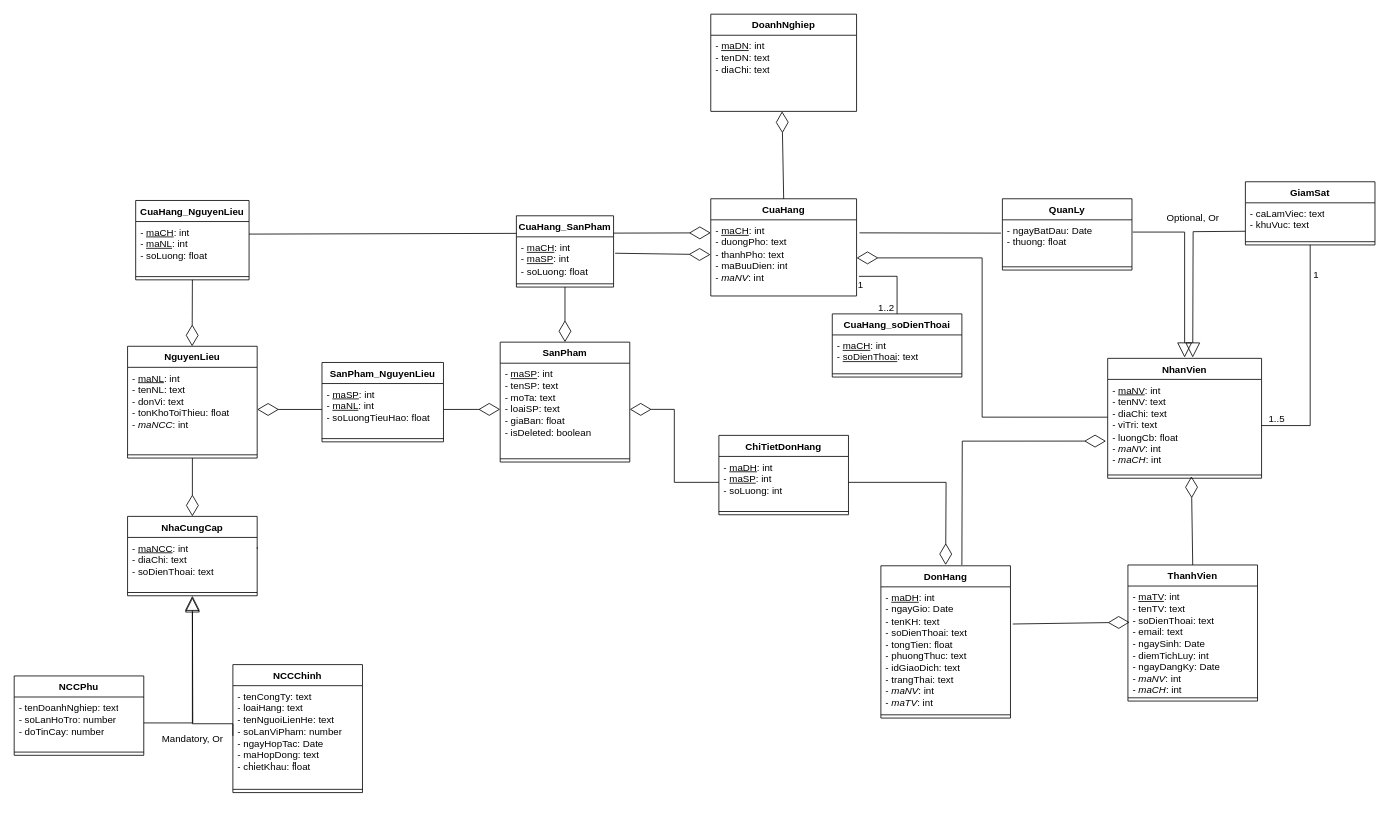
holedev/ths-csdl keeps this draw.io diagram as coffeeShop.drawio. Above is the earlier version. Source tidied: cells renumbered, new cells numbered last; positions are measured from the earlier drawing's top-left corner, leaving out a move shared by most shapes. Both pictures are drawn from the tidied source at 81%, with x=0, y=0 at pixel (14, 14).
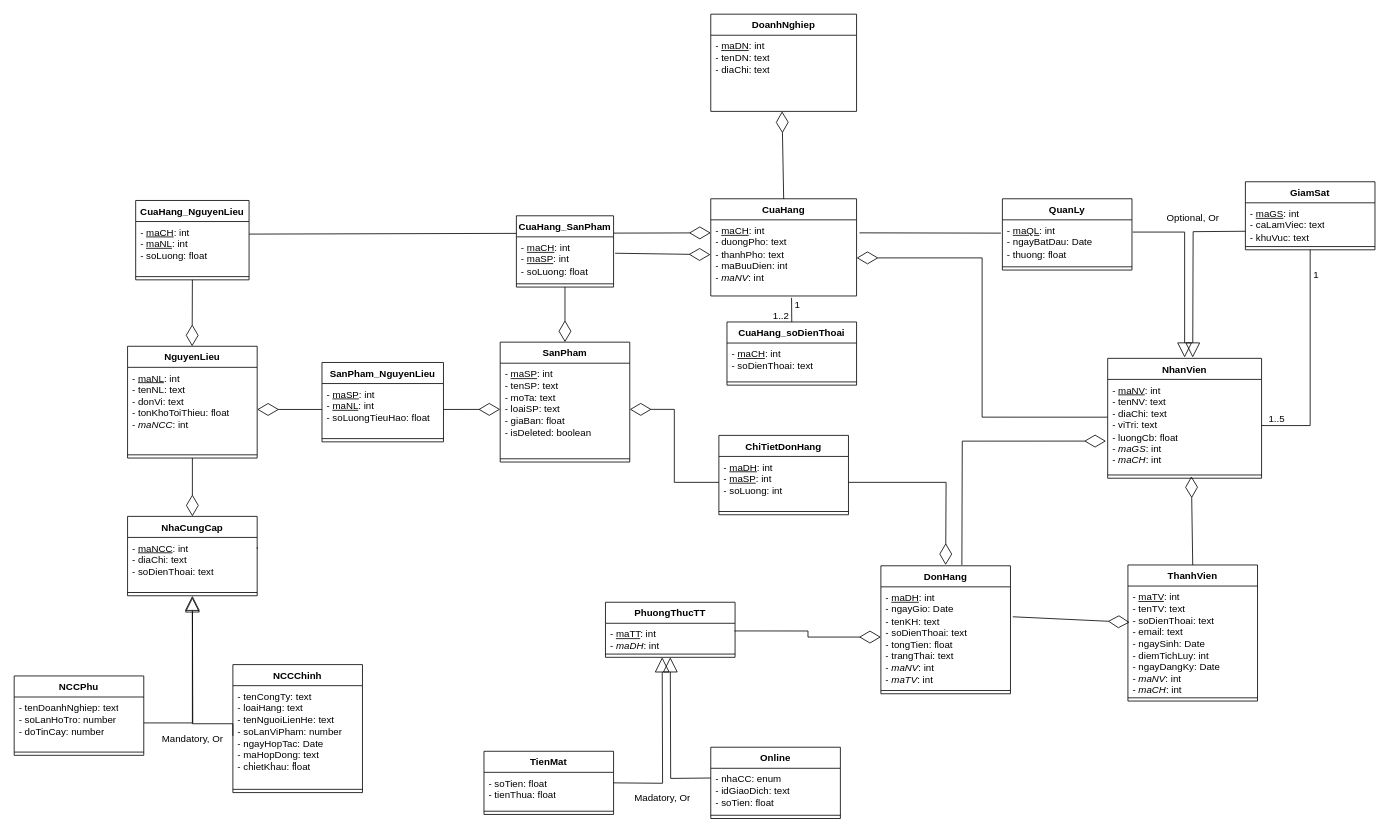
The same page after the edit.

The change refers to these unchanged cells:
```xml
<mxCell id="3" value="- &lt;u&gt;maCH&lt;/u&gt;: int&amp;nbsp;&lt;div&gt;- duongPho: text&lt;/div&gt;&lt;div&gt;- thanhPho: text&lt;/div&gt;&lt;div&gt;- maBuuDien: int&lt;/div&gt;&lt;div&gt;- &lt;i&gt;maNV&lt;/i&gt;: int&lt;/div&gt;" style="text;strokeColor=none;fillColor=none;align=left;verticalAlign=top;spacingLeft=4;spacingRight=4;overflow=hidden;points=[[0,0.5],[1,0.5]];portConstraint=eastwest;whiteSpace=wrap;html=1;" parent="2" vertex="1">
  <mxGeometry y="26" width="180" height="94" as="geometry" />
</mxCell>
<mxCell id="4" value="NhanVien" style="swimlane;fontStyle=1;align=center;verticalAlign=top;horizontal=1;startSize=26;whiteSpace=wrap;html=1;" parent="1" vertex="1">
  <mxGeometry x="1350" y="424.9" width="190" height="148" as="geometry" />
</mxCell>
<mxCell id="10" value="QuanLy" style="swimlane;fontStyle=1;align=center;verticalAlign=top;horizontal=1;startSize=26;whiteSpace=wrap;html=1;" parent="1" vertex="1">
  <mxGeometry x="1220" y="227.9" width="160" height="88" as="geometry" />
</mxCell>
```

What changed in the source:
```diff
@@
-    <mxCell id="5" value="- &lt;u&gt;maNV&lt;/u&gt;: int&lt;div&gt;- tenNV: text&lt;/div&gt;&lt;div&gt;- diaChi: text&lt;/div&gt;&lt;div&gt;- viTri: text&lt;/div&gt;&lt;div&gt;- luongCb: float&lt;/div&gt;&lt;div&gt;- &lt;i&gt;maNV&lt;/i&gt;: int&lt;/div&gt;&lt;div&gt;- &lt;i&gt;maCH&lt;/i&gt;: int&lt;/div&gt;" style="text;strokeColor=none;fillColor=none;align=left;verticalAlign=top;spacingLeft=4;spacingRight=4;overflow=hidden;points=[[0,0.5],[1,0.5]];portConstraint=eastwest;whiteSpace=wrap;html=1;" parent="4" vertex="1">
+    <mxCell id="5" value="- &lt;u&gt;maNV&lt;/u&gt;: int&lt;div&gt;- tenNV: text&lt;/div&gt;&lt;div&gt;- diaChi: text&lt;/div&gt;&lt;div&gt;- viTri: text&lt;/div&gt;&lt;div&gt;- luongCb: float&lt;/div&gt;&lt;div&gt;- &lt;i&gt;maGS&lt;/i&gt;: int&lt;/div&gt;&lt;div&gt;- &lt;i&gt;maCH&lt;/i&gt;: int&lt;/div&gt;" style="text;strokeColor=none;fillColor=none;align=left;verticalAlign=top;spacingLeft=4;spacingRight=4;overflow=hidden;points=[[0,0.5],[1,0.5]];portConstraint=eastwest;whiteSpace=wrap;html=1;" parent="4" vertex="1">
       <mxGeometry y="26" width="190" height="114" as="geometry" />
     </mxCell>
@@
     <mxCell id="7" value="GiamSat" style="swimlane;fontStyle=1;align=center;verticalAlign=top;horizontal=1;startSize=26;whiteSpace=wrap;html=1;" parent="1" vertex="1">
-      <mxGeometry x="1520" y="206.9" width="160" height="78" as="geometry" />
+      <mxGeometry x="1520" y="206.9" width="160" height="84" as="geometry" />
     </mxCell>
-    <mxCell id="8" value="- caLamViec: text&lt;div&gt;- khuVuc: text&lt;/div&gt;&lt;div&gt;&lt;br&gt;&lt;/div&gt;" style="text;strokeColor=none;fillColor=none;align=left;verticalAlign=top;spacingLeft=4;spacingRight=4;overflow=hidden;whiteSpace=wrap;html=1;" parent="7" vertex="1">
-      <mxGeometry y="26" width="160" height="44" as="geometry" />
+    <mxCell id="8" value="&lt;div&gt;- &lt;u&gt;maGS&lt;/u&gt;: int&lt;/div&gt;- caLamViec: text&lt;div&gt;- khuVuc: text&lt;/div&gt;&lt;div&gt;&lt;br&gt;&lt;/div&gt;" style="text;strokeColor=none;fillColor=none;align=left;verticalAlign=top;spacingLeft=4;spacingRight=4;overflow=hidden;whiteSpace=wrap;html=1;" parent="7" vertex="1">
+      <mxGeometry y="26" width="160" height="50" as="geometry" />
     </mxCell>
     <mxCell id="9" style="line;strokeWidth=1;fillColor=none;align=left;verticalAlign=middle;spacingTop=-1;spacingLeft=3;spacingRight=3;labelPosition=right;strokeColor=inherit;" parent="7" vertex="1">
-      <mxGeometry y="70" width="160" height="8" as="geometry" />
+      <mxGeometry y="76" width="160" height="8" as="geometry" />
     </mxCell>
@@
-    <mxCell id="11" value="- ngayBatDau: Date&lt;div&gt;- thuong: float&lt;/div&gt;" style="text;strokeColor=none;fillColor=none;align=left;verticalAlign=top;spacingLeft=4;spacingRight=4;overflow=hidden;points=[[0,0.5],[1,0.5]];portConstraint=eastwest;whiteSpace=wrap;html=1;" parent="10" vertex="1">
+    <mxCell id="11" value="&lt;div&gt;- &lt;u&gt;maQL&lt;/u&gt;: int&lt;/div&gt;- ngayBatDau: Date&lt;div&gt;- thuong: float&lt;/div&gt;" style="text;strokeColor=none;fillColor=none;align=left;verticalAlign=top;spacingLeft=4;spacingRight=4;overflow=hidden;points=[[0,0.5],[1,0.5]];portConstraint=eastwest;whiteSpace=wrap;html=1;" parent="10" vertex="1">
       <mxGeometry y="26" width="160" height="54" as="geometry" />
     </mxCell>
@@
     <mxCell id="31" value="DonHang" style="swimlane;fontStyle=1;align=center;verticalAlign=top;horizontal=1;startSize=26;whiteSpace=wrap;html=1;" parent="1" vertex="1">
-      <mxGeometry x="1070" y="681" width="160" height="188" as="geometry" />
+      <mxGeometry x="1070" y="681" width="160" height="158" as="geometry" />
     </mxCell>
-    <mxCell id="32" value="- &lt;u&gt;maDH&lt;/u&gt;: int&lt;div&gt;- ngayGio: Date&lt;/div&gt;&lt;div&gt;- tenKH: text&lt;/div&gt;&lt;div&gt;- soDienThoai: text&lt;/div&gt;&lt;div&gt;- tongTien: float&lt;/div&gt;&lt;div&gt;- phuongThuc: text&lt;/div&gt;&lt;div&gt;- idGiaoDich&lt;span style=&quot;background-color: transparent; color: light-dark(rgb(0, 0, 0), rgb(255, 255, 255));&quot;&gt;: text&lt;/span&gt;&lt;/div&gt;&lt;div&gt;- trangThai: text&lt;/div&gt;&lt;div&gt;- &lt;i&gt;maNV&lt;/i&gt;: int&lt;/div&gt;&lt;div&gt;-&amp;nbsp;&lt;i style=&quot;background-color: transparent; color: light-dark(rgb(0, 0, 0), rgb(255, 255, 255));&quot;&gt;maTV&lt;/i&gt;&lt;span style=&quot;background-color: transparent; color: light-dark(rgb(0, 0, 0), rgb(255, 255, 255));&quot;&gt;: int&lt;/span&gt;&lt;/div&gt;" style="text;strokeColor=none;fillColor=none;align=left;verticalAlign=top;spacingLeft=4;spacingRight=4;overflow=hidden;points=[[0,0.5],[1,0.5]];portConstraint=eastwest;whiteSpace=wrap;html=1;" parent="31" vertex="1">
-      <mxGeometry y="26" width="160" height="154" as="geometry" />
+    <mxCell id="32" value="- &lt;u&gt;maDH&lt;/u&gt;: int&lt;div&gt;- ngayGio: Date&lt;/div&gt;&lt;div&gt;- tenKH: text&lt;/div&gt;&lt;div&gt;- soDienThoai: text&lt;/div&gt;&lt;div&gt;- tongTien: float&lt;/div&gt;&lt;div&gt;- trangThai: text&lt;/div&gt;&lt;div&gt;- &lt;i&gt;maNV&lt;/i&gt;: int&lt;/div&gt;&lt;div&gt;-&amp;nbsp;&lt;i style=&quot;background-color: transparent; color: light-dark(rgb(0, 0, 0), rgb(255, 255, 255));&quot;&gt;maTV&lt;/i&gt;&lt;span style=&quot;background-color: transparent; color: light-dark(rgb(0, 0, 0), rgb(255, 255, 255));&quot;&gt;: int&lt;/span&gt;&lt;/div&gt;" style="text;strokeColor=none;fillColor=none;align=left;verticalAlign=top;spacingLeft=4;spacingRight=4;overflow=hidden;points=[[0,0.5],[1,0.5]];portConstraint=eastwest;whiteSpace=wrap;html=1;" parent="31" vertex="1">
+      <mxGeometry y="26" width="160" height="124" as="geometry" />
     </mxCell>
     <mxCell id="33" style="line;strokeWidth=1;fillColor=none;align=left;verticalAlign=middle;spacingTop=-1;spacingLeft=3;spacingRight=3;labelPosition=right;strokeColor=inherit;" parent="31" vertex="1">
-      <mxGeometry y="180" width="160" height="8" as="geometry" />
+      <mxGeometry y="150" width="160" height="8" as="geometry" />
     </mxCell>
@@
     <mxCell id="45" value="CuaHang_soDienThoai" style="swimlane;fontStyle=1;align=center;verticalAlign=top;horizontal=1;startSize=26;whiteSpace=wrap;html=1;" parent="1" vertex="1">
-      <mxGeometry x="1010" y="370" width="160" height="78" as="geometry" />
+      <mxGeometry x="880" y="380" width="160" height="78" as="geometry" />
     </mxCell>
-    <mxCell id="46" value="- &lt;u&gt;maCH&lt;/u&gt;: int&lt;div&gt;- &lt;u&gt;soDienThoai&lt;/u&gt;: text&lt;/div&gt;" style="text;strokeColor=none;fillColor=none;align=left;verticalAlign=top;spacingLeft=4;spacingRight=4;overflow=hidden;whiteSpace=wrap;html=1;" parent="45" vertex="1">
+    <mxCell id="46" value="- &lt;u&gt;maCH&lt;/u&gt;: int&lt;div&gt;- soDienThoai: text&lt;/div&gt;" style="text;strokeColor=none;fillColor=none;align=left;verticalAlign=top;spacingLeft=4;spacingRight=4;overflow=hidden;whiteSpace=wrap;html=1;" parent="45" vertex="1">
       <mxGeometry y="26" width="160" height="44" as="geometry" />
     </mxCell>
@@
-    <mxCell id="48" style="endArrow=none;html=1;rounded=0;entryX=0.5;entryY=0;entryDx=0;entryDy=0;exitX=1.016;exitY=0.742;exitDx=0;exitDy=0;exitPerimeter=0;edgeStyle=orthogonalEdgeStyle;" parent="1" edge="1" source="3" target="45">
+    <mxCell id="48" style="endArrow=none;html=1;rounded=0;entryX=0.5;entryY=0;entryDx=0;entryDy=0;exitX=0.554;exitY=1.025;exitDx=0;exitDy=0;exitPerimeter=0;" parent="1" edge="1" source="3" target="45">
       <mxGeometry relative="1" as="geometry" />
     </mxCell>
     <mxCell id="49" value="1" style="html=1;whiteSpace=wrap;align=left;verticalAlign=bottom;" parent="48" vertex="1">
       <mxGeometry x="-1" relative="1" as="geometry">
-        <mxPoint x="-3" y="18" as="offset" />
+        <mxPoint x="2" y="17" as="offset" />
       </mxGeometry>
     </mxCell>
@@
+    <mxCell id="79" value="PhuongThucTT" style="swimlane;fontStyle=1;align=center;verticalAlign=top;horizontal=1;startSize=26;whiteSpace=wrap;html=1;" parent="1" vertex="1">
+      <mxGeometry x="730" y="726" width="160" height="68" as="geometry" />
+    </mxCell>
+    <mxCell id="80" value="- &lt;u&gt;maTT&lt;/u&gt;: int&lt;div&gt;- &lt;i&gt;maDH&lt;/i&gt;: int&lt;br&gt;&lt;div&gt;&lt;br&gt;&lt;/div&gt;&lt;/div&gt;" style="text;strokeColor=none;fillColor=none;align=left;verticalAlign=top;spacingLeft=4;spacingRight=4;overflow=hidden;points=[[0,0.5],[1,0.5]];portConstraint=eastwest;whiteSpace=wrap;html=1;" parent="79" vertex="1">
+      <mxGeometry y="26" width="160" height="34" as="geometry" />
+    </mxCell>
+    <mxCell id="81" style="line;strokeWidth=1;fillColor=none;align=left;verticalAlign=middle;spacingTop=-1;spacingLeft=3;spacingRight=3;labelPosition=right;strokeColor=inherit;" parent="79" vertex="1">
+      <mxGeometry y="60" width="160" height="8" as="geometry" />
+    </mxCell>
+    <mxCell id="82" value="TienMat" style="swimlane;fontStyle=1;align=center;verticalAlign=top;horizontal=1;startSize=26;whiteSpace=wrap;html=1;" parent="1" vertex="1">
+      <mxGeometry x="580" y="910" width="160" height="78" as="geometry" />
+    </mxCell>
+    <mxCell id="83" value="&lt;div&gt;- soTien: float&lt;/div&gt;&lt;div&gt;- tienThua: float&lt;br&gt;&lt;div&gt;&lt;br&gt;&lt;/div&gt;&lt;/div&gt;" style="text;strokeColor=none;fillColor=none;align=left;verticalAlign=top;spacingLeft=4;spacingRight=4;overflow=hidden;whiteSpace=wrap;html=1;" parent="82" vertex="1">
+      <mxGeometry y="26" width="160" height="44" as="geometry" />
+    </mxCell>
+    <mxCell id="84" style="line;strokeWidth=1;fillColor=none;align=left;verticalAlign=middle;spacingTop=-1;spacingLeft=3;spacingRight=3;labelPosition=right;strokeColor=inherit;" parent="82" vertex="1">
+      <mxGeometry y="70" width="160" height="8" as="geometry" />
+    </mxCell>
+    <mxCell id="85" value="Online" style="swimlane;fontStyle=1;align=center;verticalAlign=top;horizontal=1;startSize=26;whiteSpace=wrap;html=1;" parent="1" vertex="1">
+      <mxGeometry x="860" y="905" width="160" height="88" as="geometry" />
+    </mxCell>
+    <mxCell id="86" value="&lt;div&gt;- nhaCC: enum&lt;/div&gt;&lt;div&gt;- idGiaoDich: text&lt;br&gt;&lt;div&gt;- soTien: float&lt;/div&gt;&lt;/div&gt;" style="text;strokeColor=none;fillColor=none;align=left;verticalAlign=top;spacingLeft=4;spacingRight=4;overflow=hidden;whiteSpace=wrap;html=1;" parent="85" vertex="1">
+      <mxGeometry y="26" width="160" height="54" as="geometry" />
+    </mxCell>
+    <mxCell id="87" style="line;strokeWidth=1;fillColor=none;align=left;verticalAlign=middle;spacingTop=-1;spacingLeft=3;spacingRight=3;labelPosition=right;strokeColor=inherit;" parent="85" vertex="1">
+      <mxGeometry y="80" width="160" height="8" as="geometry" />
+    </mxCell>
+    <mxCell id="88" style="endArrow=block;endSize=16;endFill=0;html=1;rounded=0;edgeStyle=orthogonalEdgeStyle;exitX=1;exitY=0.5;exitDx=0;exitDy=0;" parent="1" edge="1">
+      <mxGeometry x="0.12" y="35" relative="1" as="geometry">
+        <mxPoint x="740" y="949" as="sourcePoint" />
+        <mxPoint x="800" y="794" as="targetPoint" />
+      </mxGeometry>
+    </mxCell>
+    <mxCell id="89" style="endArrow=block;endSize=16;endFill=0;html=1;rounded=0;edgeStyle=orthogonalEdgeStyle;exitX=0;exitY=0.5;exitDx=0;exitDy=0;" parent="1" edge="1">
+      <mxGeometry x="0.12" y="35" relative="1" as="geometry">
+        <mxPoint x="860" y="943" as="sourcePoint" />
+        <mxPoint x="810" y="794" as="targetPoint" />
+      </mxGeometry>
+    </mxCell>
+    <mxCell id="90" value="Madatory, Or" style="text;html=1;align=center;verticalAlign=middle;strokeColor=none;fillColor=none;" parent="1" vertex="1">
+      <mxGeometry x="755" y="953" width="90" height="30" as="geometry" />
+    </mxCell>
+    <mxCell id="91" style="endArrow=diamondThin;endFill=0;endSize=24;html=1;rounded=0;exitX=0.995;exitY=0.278;exitDx=0;exitDy=0;edgeStyle=orthogonalEdgeStyle;exitPerimeter=0;entryX=0;entryY=0.5;entryDx=0;entryDy=0;" parent="1" edge="1" source="80" target="32">
+      <mxGeometry relative="1" as="geometry" />
+    </mxCell>
```
